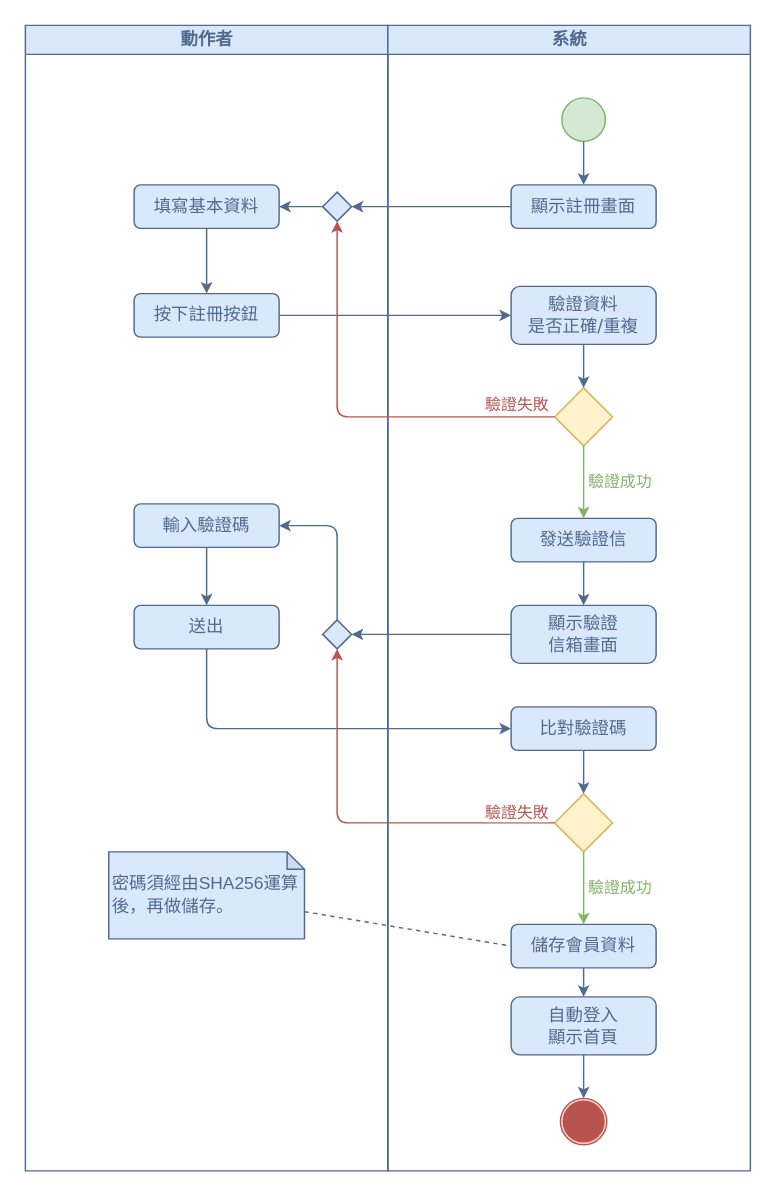
This is graphs/b2/fc register.drawio from 7bagbun/grad_prj_docs, a draw.io file, before an edit. Source tidied: cells renumbered, new cells numbered last; positions are measured from the earlier drawing's top-left corner, leaving out a move shared by most shapes. Both pictures are drawn from the tidied source at 145%, with x=0, y=0 at pixel (25, 25).
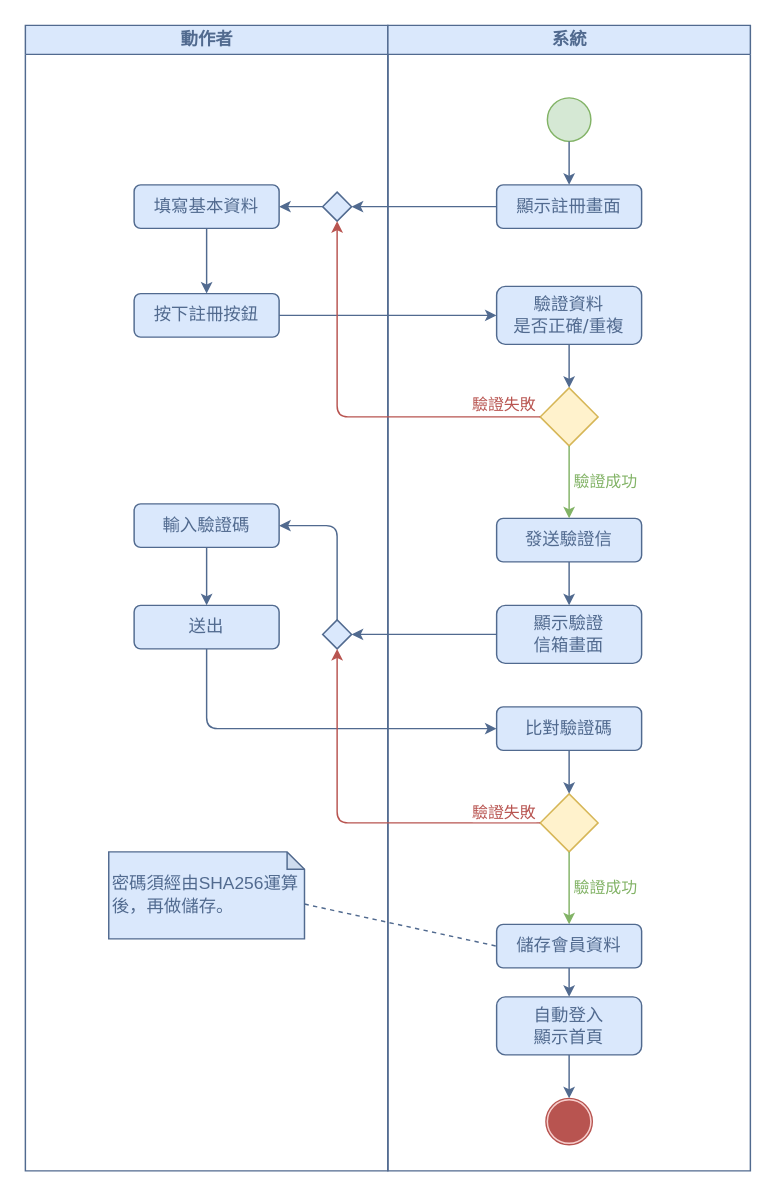
The same diagram, later.

Unchanged cells that the change refers to:
```xml
<mxCell id="11" value="&lt;p style=&quot;line-height: 130%;&quot;&gt;&lt;font color=&quot;#516a8f&quot;&gt;密碼須經由SHA256運算後，再做儲存。&lt;/font&gt;&lt;/p&gt;" style="shape=note;whiteSpace=wrap;html=1;backgroundOutline=1;darkOpacity=0.05;size=12;fillColor=#dae8fc;strokeColor=#516A8F;align=left;labelPadding=0;noLabel=0;" parent="2" vertex="1">
  <mxGeometry x="57.5" y="570" width="135" height="60" as="geometry" />
</mxCell>
<mxCell id="14" value="&lt;font color=&quot;#516a8f&quot;&gt;系統&lt;/font&gt;" style="swimlane;html=1;startSize=20;fillColor=#dae8fc;strokeColor=#516A8F;" parent="1" vertex="1">
  <mxGeometry x="250" width="250" height="790" as="geometry" />
</mxCell>
```

Diff of the diagram source:
```diff
@@
     <mxCell id="15" value="&lt;font color=&quot;#516a8f&quot;&gt;顯示註冊畫面&lt;/font&gt;" style="rounded=1;whiteSpace=wrap;html=1;shadow=0;comic=0;labelBackgroundColor=none;strokeWidth=1;fontFamily=Verdana;fontSize=12;align=center;arcSize=15;fillColor=#dae8fc;strokeColor=#516A8F;glass=0;" parent="14" vertex="1">
-      <mxGeometry x="85" y="110" width="100" height="30" as="geometry" />
+      <mxGeometry x="75" y="110" width="100" height="30" as="geometry" />
     </mxCell>
     <mxCell id="16" value="&lt;font color=&quot;#516a8f&quot;&gt;驗證資料&lt;br&gt;是否正確/重複&lt;/font&gt;" style="rounded=1;whiteSpace=wrap;html=1;shadow=0;comic=0;labelBackgroundColor=none;strokeWidth=1;fontFamily=Verdana;fontSize=12;align=center;arcSize=15;fillColor=#dae8fc;strokeColor=#516A8F;glass=0;" parent="14" vertex="1">
-      <mxGeometry x="85" y="180" width="100" height="40" as="geometry" />
+      <mxGeometry x="75" y="180" width="100" height="40" as="geometry" />
     </mxCell>
     <mxCell id="17" value="&lt;font color=&quot;#516a8f&quot;&gt;發送驗證信&lt;/font&gt;" style="rounded=1;whiteSpace=wrap;html=1;shadow=0;comic=0;labelBackgroundColor=none;strokeWidth=1;fontFamily=Verdana;fontSize=12;align=center;arcSize=15;fillColor=#dae8fc;strokeColor=#516A8F;glass=0;" parent="14" vertex="1">
-      <mxGeometry x="85" y="340" width="100" height="30" as="geometry" />
+      <mxGeometry x="75" y="340" width="100" height="30" as="geometry" />
     </mxCell>
     <mxCell id="18" style="rhombus;whiteSpace=wrap;html=1;fillColor=#fff2cc;strokeColor=#d6b656;" parent="14" vertex="1">
-      <mxGeometry x="115" y="250" width="40" height="40" as="geometry" />
+      <mxGeometry x="105" y="250" width="40" height="40" as="geometry" />
     </mxCell>
@@
     <mxCell id="22" value="&lt;font color=&quot;#516a8f&quot;&gt;顯示驗證&lt;br&gt;信箱畫面&lt;/font&gt;" style="rounded=1;whiteSpace=wrap;html=1;shadow=0;comic=0;labelBackgroundColor=none;strokeWidth=1;fontFamily=Verdana;fontSize=12;align=center;arcSize=15;fillColor=#dae8fc;strokeColor=#516A8F;glass=0;" parent="14" vertex="1">
-      <mxGeometry x="85" y="400" width="100" height="40" as="geometry" />
+      <mxGeometry x="75" y="400" width="100" height="40" as="geometry" />
     </mxCell>
@@
     <mxCell id="24" value="&lt;font color=&quot;#516a8f&quot;&gt;比對驗證碼&lt;/font&gt;" style="rounded=1;whiteSpace=wrap;html=1;shadow=0;comic=0;labelBackgroundColor=none;strokeWidth=1;fontFamily=Verdana;fontSize=12;align=center;arcSize=15;fillColor=#dae8fc;strokeColor=#516A8F;glass=0;" parent="14" vertex="1">
-      <mxGeometry x="85" y="470" width="100" height="30" as="geometry" />
+      <mxGeometry x="75" y="470" width="100" height="30" as="geometry" />
     </mxCell>
     <mxCell id="25" style="rhombus;whiteSpace=wrap;html=1;fillColor=#fff2cc;strokeColor=#d6b656;" parent="14" vertex="1">
-      <mxGeometry x="115" y="530" width="40" height="40" as="geometry" />
+      <mxGeometry x="105" y="530" width="40" height="40" as="geometry" />
     </mxCell>
@@
     <mxCell id="27" value="&lt;font color=&quot;#516a8f&quot;&gt;自動登入&lt;br&gt;顯示首頁&lt;br&gt;&lt;/font&gt;" style="rounded=1;whiteSpace=wrap;html=1;shadow=0;comic=0;labelBackgroundColor=none;strokeWidth=1;fontFamily=Verdana;fontSize=12;align=center;arcSize=15;fillColor=#dae8fc;strokeColor=#516A8F;glass=0;" parent="14" vertex="1">
-      <mxGeometry x="85" y="670" width="100" height="40" as="geometry" />
+      <mxGeometry x="75" y="670" width="100" height="40" as="geometry" />
     </mxCell>
@@
     <mxCell id="30" style="group;" parent="14" vertex="1">
-      <mxGeometry x="119" y="740" width="32" height="32" as="geometry" />
+      <mxGeometry x="109" y="740" width="32" height="32" as="geometry" />
     </mxCell>
@@
     <mxCell id="34" value="&lt;font color=&quot;#516a8f&quot;&gt;儲存會員資料&lt;/font&gt;" style="rounded=1;whiteSpace=wrap;html=1;shadow=0;comic=0;labelBackgroundColor=none;strokeWidth=1;fontFamily=Verdana;fontSize=12;align=center;arcSize=15;fillColor=#dae8fc;strokeColor=#516A8F;glass=0;" parent="14" vertex="1">
-      <mxGeometry x="85" y="620" width="100" height="30" as="geometry" />
+      <mxGeometry x="75" y="620" width="100" height="30" as="geometry" />
     </mxCell>
@@
     <mxCell id="36" style="ellipse;whiteSpace=wrap;html=1;rounded=0;shadow=0;comic=0;labelBackgroundColor=none;strokeWidth=1;fillColor=#d5e8d4;fontFamily=Verdana;fontSize=12;align=center;strokeColor=#82b366;" parent="14" vertex="1">
-      <mxGeometry x="120" y="50" width="30" height="30" as="geometry" />
+      <mxGeometry x="110" y="50" width="30" height="30" as="geometry" />
     </mxCell>
@@
-    <mxCell id="43" style="rounded=0;jettySize=auto;html=1;entryX=0;entryY=0.5;entryDx=0;entryDy=0;strokeColor=#516A8F;endArrow=none;endFill=0;dashed=1;strokeWidth=1;" parent="1" edge="1" source="11" target="34">
+    <mxCell id="43" style="rounded=0;jettySize=auto;html=1;entryX=0;entryY=0.5;entryDx=0;entryDy=0;strokeColor=#516A8F;endArrow=none;endFill=0;dashed=1;strokeWidth=1;exitX=0;exitY=0;exitDx=135;exitDy=36;exitPerimeter=0;" parent="1" edge="1" source="11" target="34">
       <mxGeometry relative="1" as="geometry" />
     </mxCell>
```
